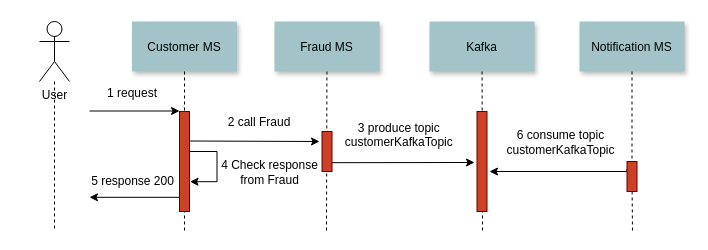
The draw.io diagram files/Untitled Diagram.drawio in ricardorqr/microserviceV4, before the edit. Source tidied: cells renumbered, new cells numbered last; positions are measured from the earlier drawing's top-left corner, leaving out a move shared by most shapes. Both pictures are drawn from the tidied source at 100%, with x=0, y=0 at pixel (39, 21).
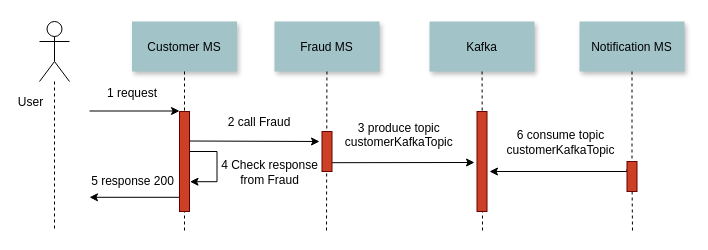
The same diagram, later.

Unchanged cells that the change refers to:
```xml
<mxCell id="18" style="edgeStyle=orthogonalEdgeStyle;rounded=0;jettySize=auto;html=1;dashed=1;endArrow=none;endFill=0;fontSize=12;" parent="1" edge="1" source="19">
  <mxGeometry relative="1" as="geometry">
    <mxPoint x="15" y="210" as="targetPoint" />
  </mxGeometry>
</mxCell>
```

What changed in the source:
```diff
@@
+    <mxCell id="26" value="User" style="edgeLabel;html=1;align=center;verticalAlign=middle;fontSize=12;" parent="18" vertex="1">
+      <mxGeometry x="-0.44" relative="1" as="geometry">
+        <mxPoint x="-25" y="-22" as="offset" />
+      </mxGeometry>
+    </mxCell>
-    <mxCell id="19" value="User" style="shape=umlActor;verticalLabelPosition=bottom;verticalAlign=top;html=1;outlineConnect=0;fontSize=12;" parent="1" vertex="1">
+    <mxCell id="19" style="shape=umlActor;verticalLabelPosition=bottom;verticalAlign=top;html=1;outlineConnect=0;fontSize=12;" parent="1" vertex="1">
       <mxGeometry width="30" height="60" as="geometry" />
     </mxCell>
```
